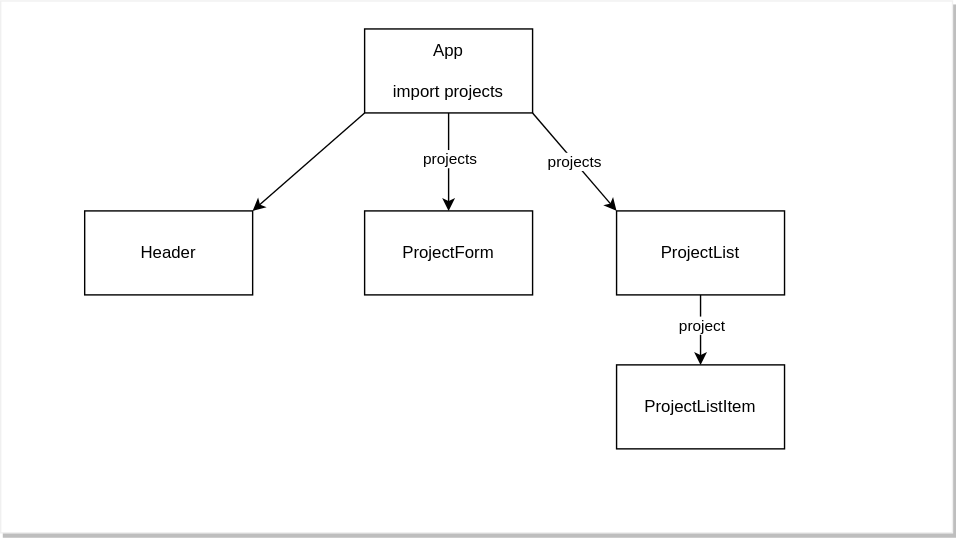
TMcCann2019/SE-LIVE-121123-Phase-2-ProjectShowcase keeps this draw.io diagram as 02_state_and_events /project_showcase/src/components-diagram.drawio.svg. Above is the earlier version. Source tidied: cells renumbered, new cells last; positions are measured from the earlier drawing's top-left corner, leaving out a move shared by most shapes.
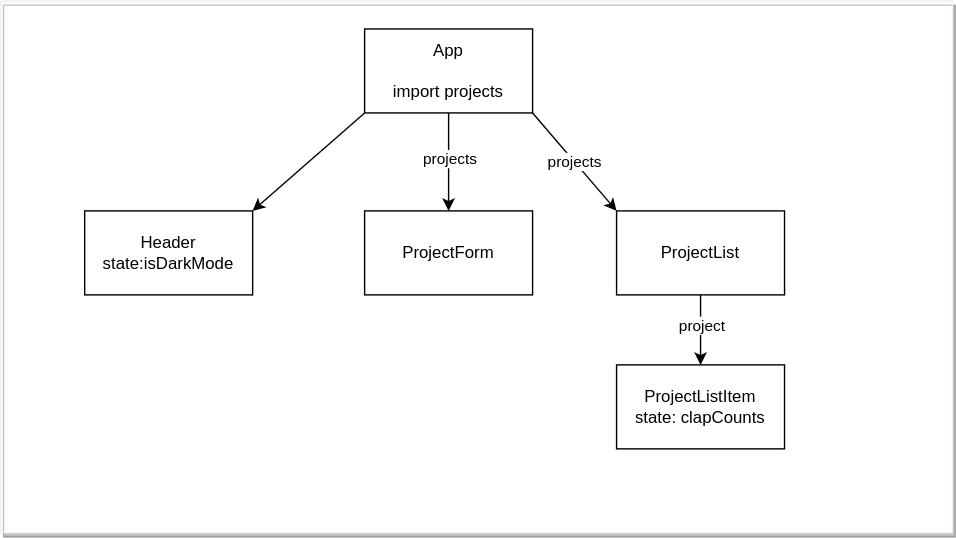
Later version of the same file.

Diff of the diagram source:
```diff
@@ -20,7 +20,7 @@
     <mxCell id="7" value="App&lt;br&gt;&lt;br&gt;import projects" style="rounded=0;whiteSpace=wrap;html=1;" parent="1" vertex="1">
       <mxGeometry x="260" y="20" width="120" height="60" as="geometry" />
     </mxCell>
-    <mxCell id="8" value="Header" style="rounded=0;whiteSpace=wrap;html=1;" parent="1" vertex="1">
+    <mxCell id="8" value="Header&lt;br&gt;state:isDarkMode" style="rounded=0;whiteSpace=wrap;html=1;" parent="1" vertex="1">
       <mxGeometry x="60" y="150" width="120" height="60" as="geometry" />
     </mxCell>
     <mxCell id="9" value="ProjectForm" style="rounded=0;whiteSpace=wrap;html=1;" parent="1" vertex="1">
@@ -35,7 +35,7 @@
     <mxCell id="12" value="ProjectList" style="rounded=0;whiteSpace=wrap;html=1;" parent="1" vertex="1">
       <mxGeometry x="440" y="150" width="120" height="60" as="geometry" />
     </mxCell>
-    <mxCell id="13" value="ProjectListItem" style="rounded=0;whiteSpace=wrap;html=1;" parent="1" vertex="1">
+    <mxCell id="13" value="ProjectListItem&lt;br&gt;state: clapCounts" style="rounded=0;whiteSpace=wrap;html=1;" parent="1" vertex="1">
       <mxGeometry x="440" y="260" width="120" height="60" as="geometry" />
     </mxCell>
     <mxCell id="14" style="endArrow=classic;html=1;entryX=1;entryY=0;entryDx=0;entryDy=0;exitX=0;exitY=1;exitDx=0;exitDy=0;" parent="1" edge="1" source="7" target="8">
```
